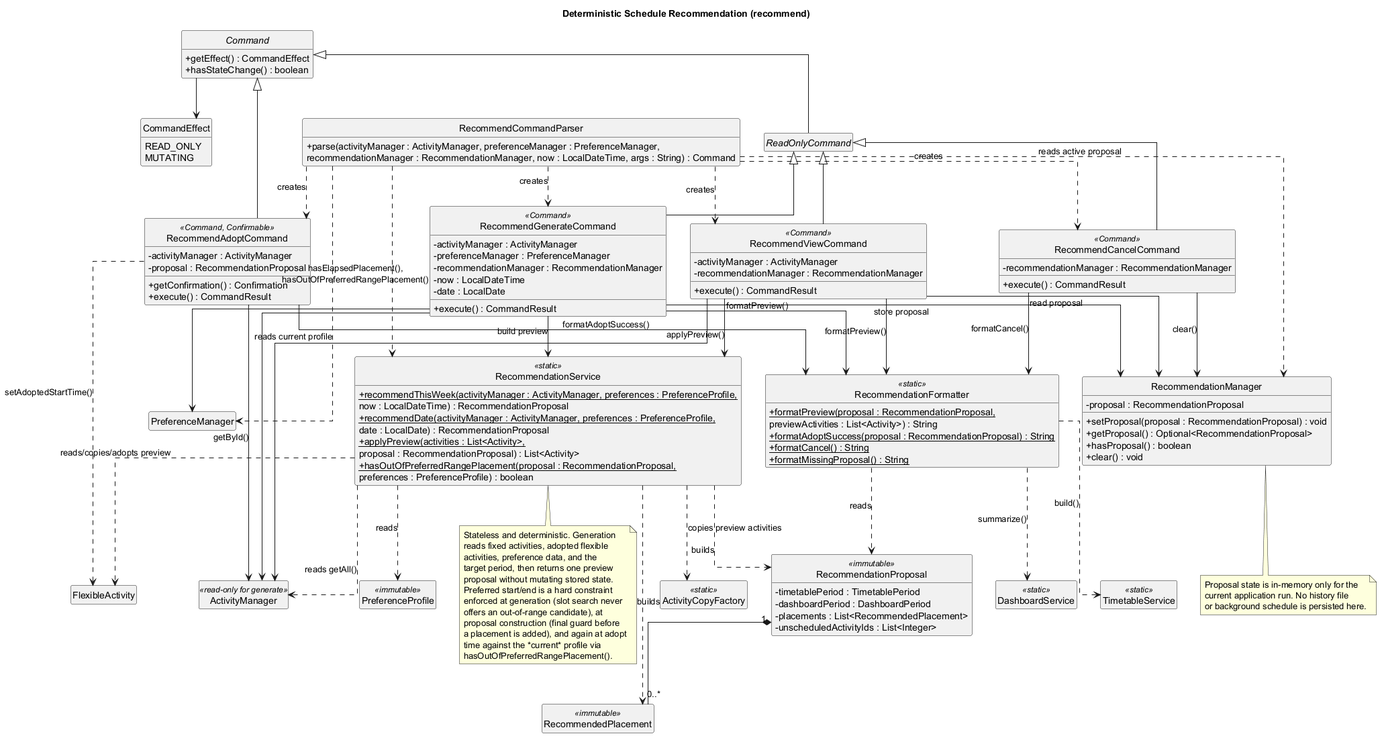
lukelouyu/SelfTeamProject keeps this PlantUML diagram as docs/diagrams/class/RecommendationClassDiagram.png. Above is the earlier version.
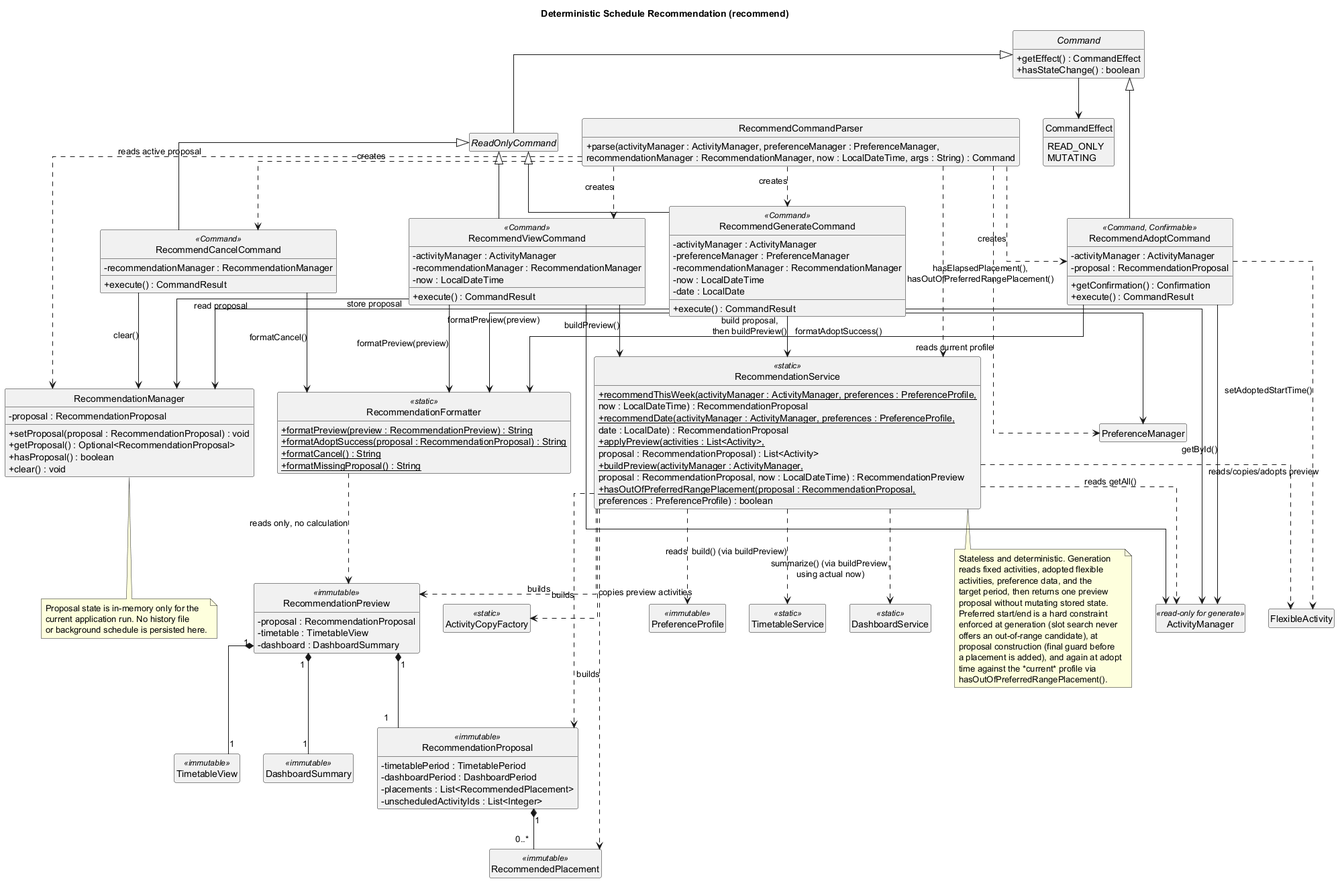
Later version of the same file.

Commit message:
docs: clarify overdue boundary and architecture updates

What changed in the source:
```diff
@@ -36,6 +36,7 @@
 class RecommendViewCommand <<Command>> {
   - activityManager : ActivityManager
   - recommendationManager : RecommendationManager
+  - now : LocalDateTime
   + execute() : CommandResult
 }
 
@@ -66,15 +67,22 @@
       date : LocalDate) : RecommendationProposal
   + {static} applyPreview(activities : List<Activity>,
       proposal : RecommendationProposal) : List<Activity>
+  + {static} buildPreview(activityManager : ActivityManager,
+      proposal : RecommendationProposal, now : LocalDateTime) : RecommendationPreview
   + {static} hasOutOfPreferredRangePlacement(proposal : RecommendationProposal,
       preferences : PreferenceProfile) : boolean
 }
 
 class ActivityCopyFactory <<static>>
 
+class RecommendationPreview <<immutable>> {
+  - proposal : RecommendationProposal
+  - timetable : TimetableView
+  - dashboard : DashboardSummary
+}
+
 class RecommendationFormatter <<static>> {
-  + {static} formatPreview(proposal : RecommendationProposal,
-      previewActivities : List<Activity>) : String
+  + {static} formatPreview(preview : RecommendationPreview) : String
   + {static} formatAdoptSuccess(proposal : RecommendationProposal) : String
   + {static} formatCancel() : String
   + {static} formatMissingProposal() : String
@@ -95,6 +103,8 @@
 class FlexibleActivity
 class TimetableService <<static>>
 class DashboardService <<static>>
+class TimetableView <<immutable>>
+class DashboardSummary <<immutable>>
 
 RecommendCommandParser ..> RecommendGenerateCommand : creates
 RecommendCommandParser ..> RecommendViewCommand : creates
@@ -111,15 +121,15 @@
 ReadOnlyCommand <|-- RecommendCancelCommand
 Command <|-- RecommendAdoptCommand
 
-RecommendGenerateCommand --> RecommendationService : build preview
+RecommendGenerateCommand --> RecommendationService : build proposal,\nthen buildPreview()
 RecommendGenerateCommand --> RecommendationManager : store proposal
-RecommendGenerateCommand --> RecommendationFormatter : formatPreview()
+RecommendGenerateCommand --> RecommendationFormatter : formatPreview(preview)
 RecommendGenerateCommand --> ActivityManager
 RecommendGenerateCommand --> PreferenceManager
 
 RecommendViewCommand --> RecommendationManager : read proposal
-RecommendViewCommand --> RecommendationService : applyPreview()
-RecommendViewCommand --> RecommendationFormatter : formatPreview()
+RecommendViewCommand --> RecommendationService : buildPreview()
+RecommendViewCommand --> RecommendationFormatter : formatPreview(preview)
 RecommendViewCommand --> ActivityManager
 
 RecommendCancelCommand --> RecommendationManager : clear()
@@ -135,10 +145,14 @@
 RecommendationService ..> RecommendedPlacement : builds
 RecommendationService ..> FlexibleActivity : reads/copies/adopts preview
 RecommendationService ..> ActivityCopyFactory : copies preview activities
-RecommendationFormatter ..> TimetableService : build()
-RecommendationFormatter ..> DashboardService : summarize()
-RecommendationFormatter ..> RecommendationProposal : reads
+RecommendationService ..> TimetableService : build() (via buildPreview)
+RecommendationService ..> DashboardService : summarize() (via buildPreview,\nusing actual now)
+RecommendationService ..> RecommendationPreview : builds
+RecommendationFormatter ..> RecommendationPreview : reads only, no calculation
 RecommendationProposal "1" *-- "0..*" RecommendedPlacement
+RecommendationPreview "1" *-- "1" RecommendationProposal
+RecommendationPreview "1" *-- "1" TimetableView
+RecommendationPreview "1" *-- "1" DashboardSummary
 
 note bottom of RecommendationManager
   Proposal state is in-memory only for the
```
